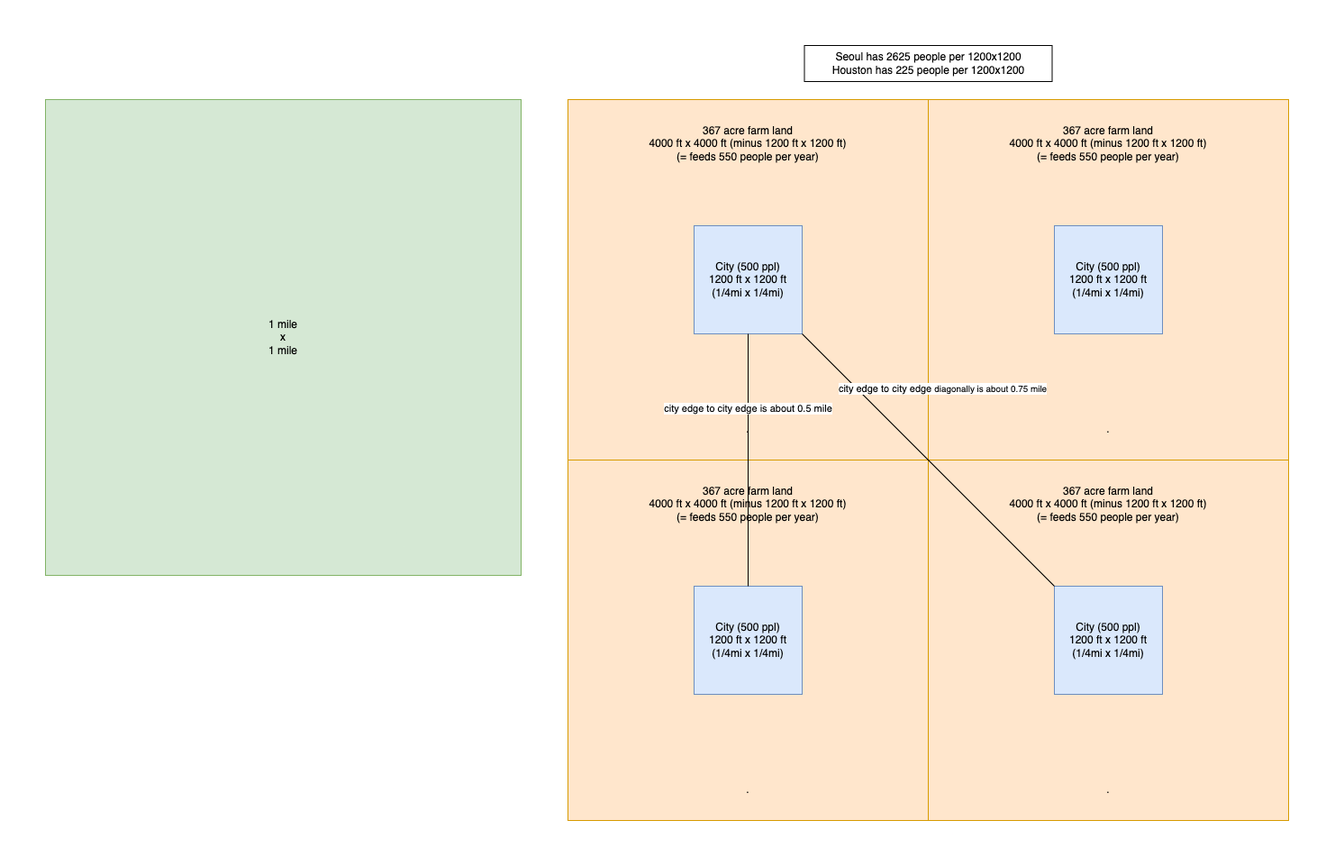
Earlier version of the draw.io export src/assets/city_to_city.png (harumhl/New-Austin-project). Source tidied: cells renumbered, new cells last; positions are measured from the earlier drawing's top-left corner, leaving out a move shared by most shapes.
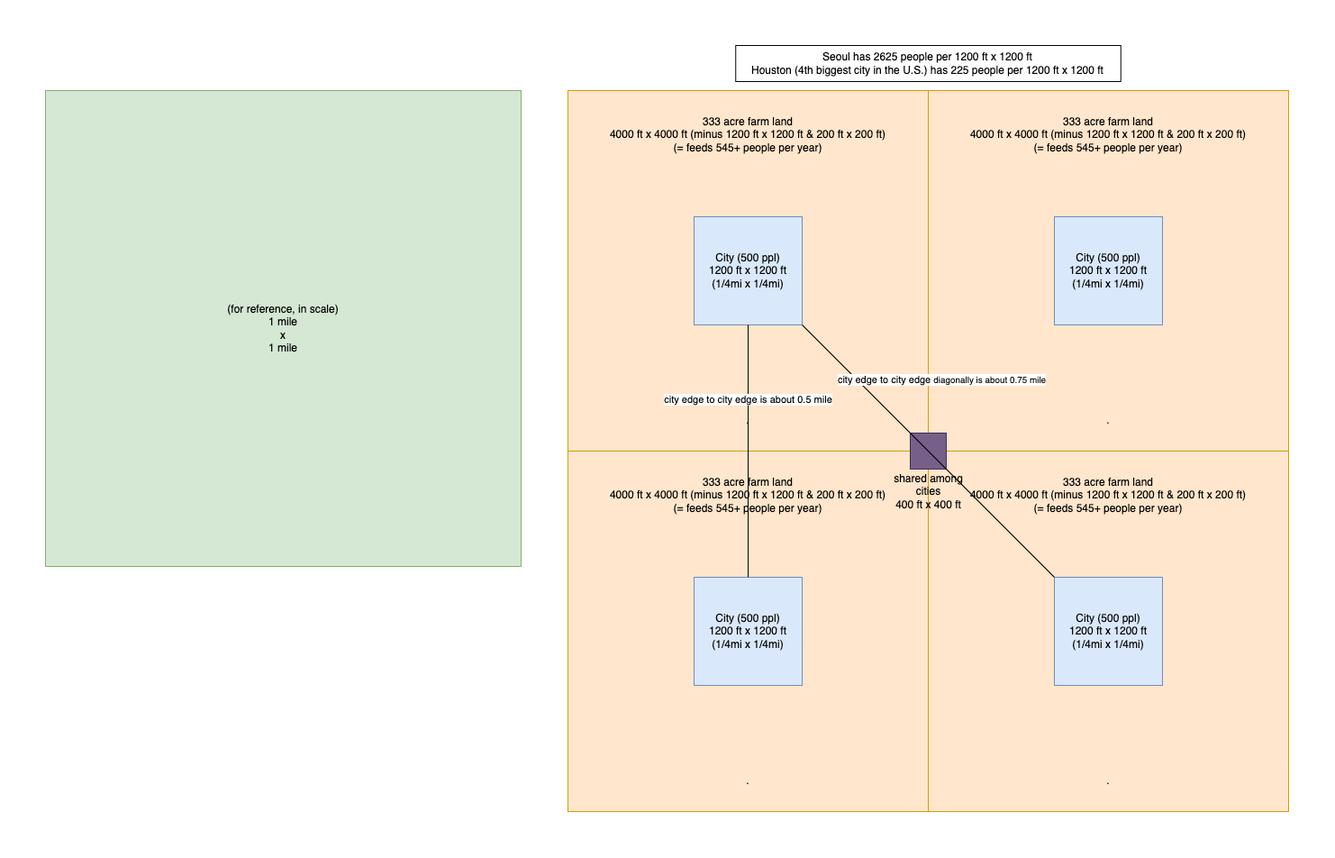
Later version of the same file.

Commit message:
adding shared_among_cities

Diff of the diagram source:
```diff
@@ -2,28 +2,28 @@
   <root>
     <mxCell id="0" />
     <mxCell id="1" parent="0" />
-    <mxCell id="2" value="Seoul has&amp;nbsp;2625&amp;nbsp;people per 1200x1200&lt;br&gt;Houston has 225 people per 1200x1200" style="rounded=0;whiteSpace=wrap;html=1;" parent="1" vertex="1">
-      <mxGeometry x="842.5" width="275" height="40" as="geometry" />
+    <mxCell id="2" value="Seoul has&amp;nbsp;2625&amp;nbsp;people per 1200 ft x 1200 ft&lt;br&gt;Houston (4th biggest city in the U.S.) has 225 people per 1200 ft x 1200 ft" style="rounded=0;whiteSpace=wrap;html=1;" parent="1" vertex="1">
+      <mxGeometry x="766.2" y="10" width="427.5" height="40" as="geometry" />
     </mxCell>
-    <mxCell id="3" value="367 acre farm land&lt;br style=&quot;border-color: var(--border-color);&quot;&gt;&lt;span style=&quot;border-color: var(--border-color);&quot;&gt;4000 ft x 4000 ft (minus 1200 ft x 1200 ft)&lt;br&gt;(= feeds 550 people per year)&lt;br&gt;&lt;br&gt;&lt;br&gt;&lt;br&gt;&lt;br&gt;&lt;br&gt;&lt;br&gt;&lt;br&gt;&lt;br&gt;&lt;br&gt;&lt;br&gt;&lt;br&gt;&lt;br&gt;&lt;br&gt;&lt;br&gt;&lt;br&gt;&lt;br&gt;&lt;br&gt;&lt;br&gt;&lt;br&gt;&lt;br&gt;.&lt;br&gt;&lt;/span&gt;" style="rounded=0;whiteSpace=wrap;html=1;fillColor=#ffe6cc;strokeColor=#d79b00;" parent="1" vertex="1">
+    <mxCell id="3" value="333 acre farm land&lt;br style=&quot;border-color: var(--border-color);&quot;&gt;&lt;span style=&quot;border-color: var(--border-color);&quot;&gt;4000 ft x 4000 ft (minus 1200 ft x 1200 ft &amp;amp; 200 ft x 200 ft)&lt;br&gt;(= feeds 545+ people per year)&lt;br&gt;&lt;br&gt;&lt;br&gt;&lt;br&gt;&lt;br&gt;&lt;br&gt;&lt;br&gt;&lt;br&gt;&lt;br&gt;&lt;br&gt;&lt;br&gt;&lt;br&gt;&lt;br&gt;&lt;br&gt;&lt;br&gt;&lt;br&gt;&lt;br&gt;&lt;br&gt;&lt;br&gt;&lt;br&gt;&lt;br&gt;.&lt;br&gt;&lt;/span&gt;" style="rounded=0;whiteSpace=wrap;html=1;fillColor=#ffe6cc;strokeColor=#d79b00;" parent="1" vertex="1">
       <mxGeometry x="580" y="60" width="400" height="400" as="geometry" />
     </mxCell>
     <mxCell id="4" value="City (500 ppl)&lt;br&gt;1200 ft x 1200 ft&lt;br&gt;(1/4mi x 1/4mi)" style="rounded=0;whiteSpace=wrap;html=1;fillColor=#dae8fc;strokeColor=#6c8ebf;" parent="1" vertex="1">
       <mxGeometry x="720" y="200" width="120" height="120" as="geometry" />
     </mxCell>
-    <mxCell id="5" value="367 acre farm land&lt;br style=&quot;border-color: var(--border-color);&quot;&gt;&lt;span style=&quot;border-color: var(--border-color);&quot;&gt;4000 ft x 4000 ft (minus 1200 ft x 1200 ft)&lt;br&gt;(= feeds 550 people per year)&lt;br&gt;&lt;br&gt;&lt;br&gt;&lt;br&gt;&lt;br&gt;&lt;br&gt;&lt;br&gt;&lt;br&gt;&lt;br&gt;&lt;br&gt;&lt;br&gt;&lt;br&gt;&lt;br&gt;&lt;br&gt;&lt;br&gt;&lt;br&gt;&lt;br&gt;&lt;br&gt;&lt;br&gt;&lt;br&gt;&lt;br&gt;.&lt;br&gt;&lt;/span&gt;" style="rounded=0;whiteSpace=wrap;html=1;fillColor=#ffe6cc;strokeColor=#d79b00;" parent="1" vertex="1">
+    <mxCell id="5" value="&lt;span style=&quot;border-color: var(--border-color);&quot;&gt;333 acre farm land&lt;br style=&quot;border-color: var(--border-color);&quot;&gt;4000 ft x 4000 ft (minus 1200 ft x 1200 ft &amp;amp; 200 ft x 200 ft)&lt;br style=&quot;border-color: var(--border-color);&quot;&gt;(= feeds 545+ people per year)&lt;br style=&quot;border-color: var(--border-color);&quot;&gt;&lt;br style=&quot;border-color: var(--border-color);&quot;&gt;&lt;br style=&quot;border-color: var(--border-color);&quot;&gt;&lt;br style=&quot;border-color: var(--border-color);&quot;&gt;&lt;br style=&quot;border-color: var(--border-color);&quot;&gt;&lt;br style=&quot;border-color: var(--border-color);&quot;&gt;&lt;br style=&quot;border-color: var(--border-color);&quot;&gt;&lt;br style=&quot;border-color: var(--border-color);&quot;&gt;&lt;br style=&quot;border-color: var(--border-color);&quot;&gt;&lt;br style=&quot;border-color: var(--border-color);&quot;&gt;&lt;br style=&quot;border-color: var(--border-color);&quot;&gt;&lt;br style=&quot;border-color: var(--border-color);&quot;&gt;&lt;br style=&quot;border-color: var(--border-color);&quot;&gt;&lt;br style=&quot;border-color: var(--border-color);&quot;&gt;&lt;br style=&quot;border-color: var(--border-color);&quot;&gt;&lt;br style=&quot;border-color: var(--border-color);&quot;&gt;&lt;br style=&quot;border-color: var(--border-color);&quot;&gt;&lt;br style=&quot;border-color: var(--border-color);&quot;&gt;&lt;br style=&quot;border-color: var(--border-color);&quot;&gt;&lt;br style=&quot;border-color: var(--border-color);&quot;&gt;&lt;br style=&quot;border-color: var(--border-color);&quot;&gt;.&lt;br&gt;&lt;/span&gt;" style="rounded=0;whiteSpace=wrap;html=1;fillColor=#ffe6cc;strokeColor=#d79b00;" parent="1" vertex="1">
       <mxGeometry x="980" y="60" width="400" height="400" as="geometry" />
     </mxCell>
     <mxCell id="6" value="City (500 ppl)&lt;br&gt;1200 ft x 1200 ft&lt;br&gt;(1/4mi x 1/4mi)" style="rounded=0;whiteSpace=wrap;html=1;fillColor=#dae8fc;strokeColor=#6c8ebf;" parent="1" vertex="1">
       <mxGeometry x="1120" y="200" width="120" height="120" as="geometry" />
     </mxCell>
-    <mxCell id="7" value="367 acre farm land&lt;br style=&quot;border-color: var(--border-color);&quot;&gt;&lt;span style=&quot;border-color: var(--border-color);&quot;&gt;4000 ft x 4000 ft (minus 1200 ft x 1200 ft)&lt;br&gt;(= feeds 550 people per year)&lt;br&gt;&lt;br&gt;&lt;br&gt;&lt;br&gt;&lt;br&gt;&lt;br&gt;&lt;br&gt;&lt;br&gt;&lt;br&gt;&lt;br&gt;&lt;br&gt;&lt;br&gt;&lt;br&gt;&lt;br&gt;&lt;br&gt;&lt;br&gt;&lt;br&gt;&lt;br&gt;&lt;br&gt;&lt;br&gt;&lt;br&gt;.&lt;br&gt;&lt;/span&gt;" style="rounded=0;whiteSpace=wrap;html=1;fillColor=#ffe6cc;strokeColor=#d79b00;" parent="1" vertex="1">
+    <mxCell id="7" value="&lt;span style=&quot;border-color: var(--border-color);&quot;&gt;333 acre farm land&lt;br style=&quot;border-color: var(--border-color);&quot;&gt;4000 ft x 4000 ft (minus 1200 ft x 1200 ft &amp;amp; 200 ft x 200 ft)&lt;br style=&quot;border-color: var(--border-color);&quot;&gt;(= feeds 545+ people per year)&lt;br style=&quot;border-color: var(--border-color);&quot;&gt;&lt;br style=&quot;border-color: var(--border-color);&quot;&gt;&lt;br style=&quot;border-color: var(--border-color);&quot;&gt;&lt;br style=&quot;border-color: var(--border-color);&quot;&gt;&lt;br style=&quot;border-color: var(--border-color);&quot;&gt;&lt;br style=&quot;border-color: var(--border-color);&quot;&gt;&lt;br style=&quot;border-color: var(--border-color);&quot;&gt;&lt;br style=&quot;border-color: var(--border-color);&quot;&gt;&lt;br style=&quot;border-color: var(--border-color);&quot;&gt;&lt;br style=&quot;border-color: var(--border-color);&quot;&gt;&lt;br style=&quot;border-color: var(--border-color);&quot;&gt;&lt;br style=&quot;border-color: var(--border-color);&quot;&gt;&lt;br style=&quot;border-color: var(--border-color);&quot;&gt;&lt;br style=&quot;border-color: var(--border-color);&quot;&gt;&lt;br style=&quot;border-color: var(--border-color);&quot;&gt;&lt;br style=&quot;border-color: var(--border-color);&quot;&gt;&lt;br style=&quot;border-color: var(--border-color);&quot;&gt;&lt;br style=&quot;border-color: var(--border-color);&quot;&gt;&lt;br style=&quot;border-color: var(--border-color);&quot;&gt;&lt;br style=&quot;border-color: var(--border-color);&quot;&gt;&lt;br style=&quot;border-color: var(--border-color);&quot;&gt;.&lt;br&gt;&lt;/span&gt;" style="rounded=0;whiteSpace=wrap;html=1;fillColor=#ffe6cc;strokeColor=#d79b00;" parent="1" vertex="1">
       <mxGeometry x="580" y="460" width="400" height="400" as="geometry" />
     </mxCell>
     <mxCell id="8" value="City (500 ppl)&lt;br&gt;1200 ft x 1200 ft&lt;br&gt;(1/4mi x 1/4mi)" style="rounded=0;whiteSpace=wrap;html=1;fillColor=#dae8fc;strokeColor=#6c8ebf;" parent="1" vertex="1">
       <mxGeometry x="720" y="600" width="120" height="120" as="geometry" />
     </mxCell>
-    <mxCell id="9" value="367 acre farm land&lt;br style=&quot;border-color: var(--border-color);&quot;&gt;&lt;span style=&quot;border-color: var(--border-color);&quot;&gt;4000 ft x 4000 ft (minus 1200 ft x 1200 ft)&lt;br&gt;(= feeds 550 people per year)&lt;br&gt;&lt;br&gt;&lt;br&gt;&lt;br&gt;&lt;br&gt;&lt;br&gt;&lt;br&gt;&lt;br&gt;&lt;br&gt;&lt;br&gt;&lt;br&gt;&lt;br&gt;&lt;br&gt;&lt;br&gt;&lt;br&gt;&lt;br&gt;&lt;br&gt;&lt;br&gt;&lt;br&gt;&lt;br&gt;&lt;br&gt;.&lt;br&gt;&lt;/span&gt;" style="rounded=0;whiteSpace=wrap;html=1;fillColor=#ffe6cc;strokeColor=#d79b00;" parent="1" vertex="1">
+    <mxCell id="9" value="&lt;span style=&quot;border-color: var(--border-color);&quot;&gt;333 acre farm land&lt;br style=&quot;border-color: var(--border-color);&quot;&gt;4000 ft x 4000 ft (minus 1200 ft x 1200 ft &amp;amp; 200 ft x 200 ft)&lt;br style=&quot;border-color: var(--border-color);&quot;&gt;(= feeds 545+ people per year)&lt;br style=&quot;border-color: var(--border-color);&quot;&gt;&lt;br style=&quot;border-color: var(--border-color);&quot;&gt;&lt;br style=&quot;border-color: var(--border-color);&quot;&gt;&lt;br style=&quot;border-color: var(--border-color);&quot;&gt;&lt;br style=&quot;border-color: var(--border-color);&quot;&gt;&lt;br style=&quot;border-color: var(--border-color);&quot;&gt;&lt;br style=&quot;border-color: var(--border-color);&quot;&gt;&lt;br style=&quot;border-color: var(--border-color);&quot;&gt;&lt;br style=&quot;border-color: var(--border-color);&quot;&gt;&lt;br style=&quot;border-color: var(--border-color);&quot;&gt;&lt;br style=&quot;border-color: var(--border-color);&quot;&gt;&lt;br style=&quot;border-color: var(--border-color);&quot;&gt;&lt;br style=&quot;border-color: var(--border-color);&quot;&gt;&lt;br style=&quot;border-color: var(--border-color);&quot;&gt;&lt;br style=&quot;border-color: var(--border-color);&quot;&gt;&lt;br style=&quot;border-color: var(--border-color);&quot;&gt;&lt;br style=&quot;border-color: var(--border-color);&quot;&gt;&lt;br style=&quot;border-color: var(--border-color);&quot;&gt;&lt;br style=&quot;border-color: var(--border-color);&quot;&gt;&lt;br style=&quot;border-color: var(--border-color);&quot;&gt;&lt;br style=&quot;border-color: var(--border-color);&quot;&gt;.&lt;br&gt;&lt;/span&gt;" style="rounded=0;whiteSpace=wrap;html=1;fillColor=#ffe6cc;strokeColor=#d79b00;" parent="1" vertex="1">
       <mxGeometry x="980" y="460" width="400" height="400" as="geometry" />
     </mxCell>
     <mxCell id="10" value="City (500 ppl)&lt;br&gt;1200 ft x 1200 ft&lt;br&gt;(1/4mi x 1/4mi)" style="rounded=0;whiteSpace=wrap;html=1;fillColor=#dae8fc;strokeColor=#6c8ebf;" parent="1" vertex="1">
@@ -35,6 +35,18 @@
     <mxCell id="12" value="city edge to city edge is about 0.5 mile" style="edgeLabel;html=1;align=center;verticalAlign=middle;" parent="11" vertex="1">
       <mxGeometry x="0.41" y="1" relative="1" as="geometry" />
     </mxCell>
+    <mxCell id="15" value="(for reference, in scale)&lt;br&gt;1 mile&lt;br&gt;x&lt;br&gt;1 mile" style="rounded=0;whiteSpace=wrap;html=1;fillColor=#d5e8d4;strokeColor=#82b366;" parent="1" vertex="1">
+      <mxGeometry y="60" width="528" height="528" as="geometry" />
+    </mxCell>
+    <mxCell id="16" style="group;" parent="1" vertex="1">
+      <mxGeometry x="939.5" y="440" width="81" height="80" as="geometry" />
+    </mxCell>
+    <mxCell id="17" style="rounded=0;whiteSpace=wrap;html=1;fillColor=#76608a;strokeColor=#432D57;fontColor=#ffffff;" parent="16" vertex="1">
+      <mxGeometry x="20.5" width="40" height="40" as="geometry" />
+    </mxCell>
+    <mxCell id="18" value="shared among cities&lt;br&gt;400 ft x 400 ft" style="text;html=1;strokeColor=none;fillColor=none;align=center;verticalAlign=middle;whiteSpace=wrap;rounded=0;" parent="16" vertex="1">
+      <mxGeometry y="50" width="81" height="30" as="geometry" />
+    </mxCell>
     <mxCell id="13" style="endArrow=none;html=1;rounded=0;exitX=1;exitY=1;exitDx=0;exitDy=0;entryX=0;entryY=0;entryDx=0;entryDy=0;" parent="1" edge="1" source="4" target="10">
       <mxGeometry relative="1" as="geometry" />
     </mxCell>
@@ -43,8 +55,5 @@
         <mxPoint x="84" y="-12" as="offset" />
       </mxGeometry>
     </mxCell>
-    <mxCell id="15" value="1 mile&lt;br&gt;x&lt;br&gt;1 mile" style="rounded=0;whiteSpace=wrap;html=1;fillColor=#d5e8d4;strokeColor=#82b366;" parent="1" vertex="1">
-      <mxGeometry y="60" width="528" height="528" as="geometry" />
-    </mxCell>
   </root>
 </mxGraphModel>
```
